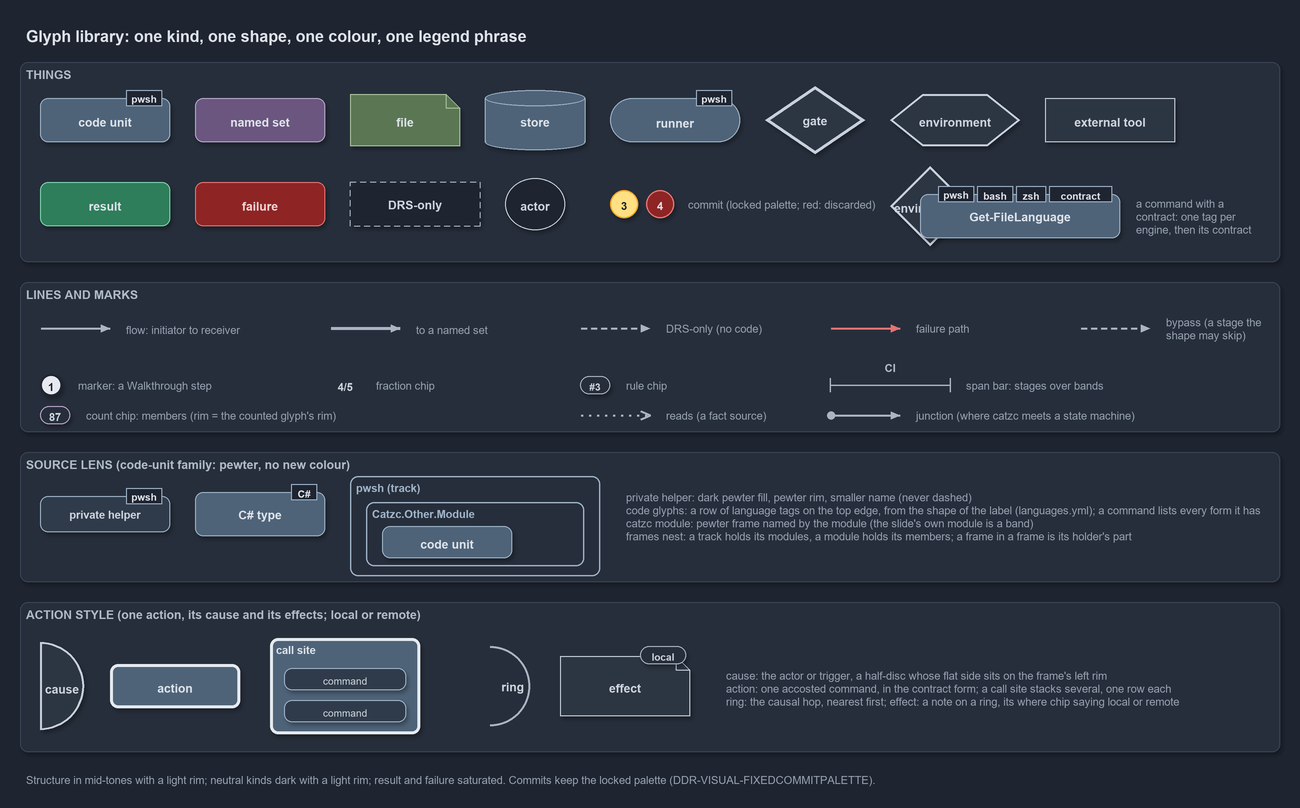
This is docs/explanation/.assets/glyphs.drawio.png from casperease/catzc, a draw.io export, as it was before one commit. Source tidied: cells renumbered, new cells last; positions are measured from the earlier drawing's top-left corner, leaving out a move shared by most shapes.
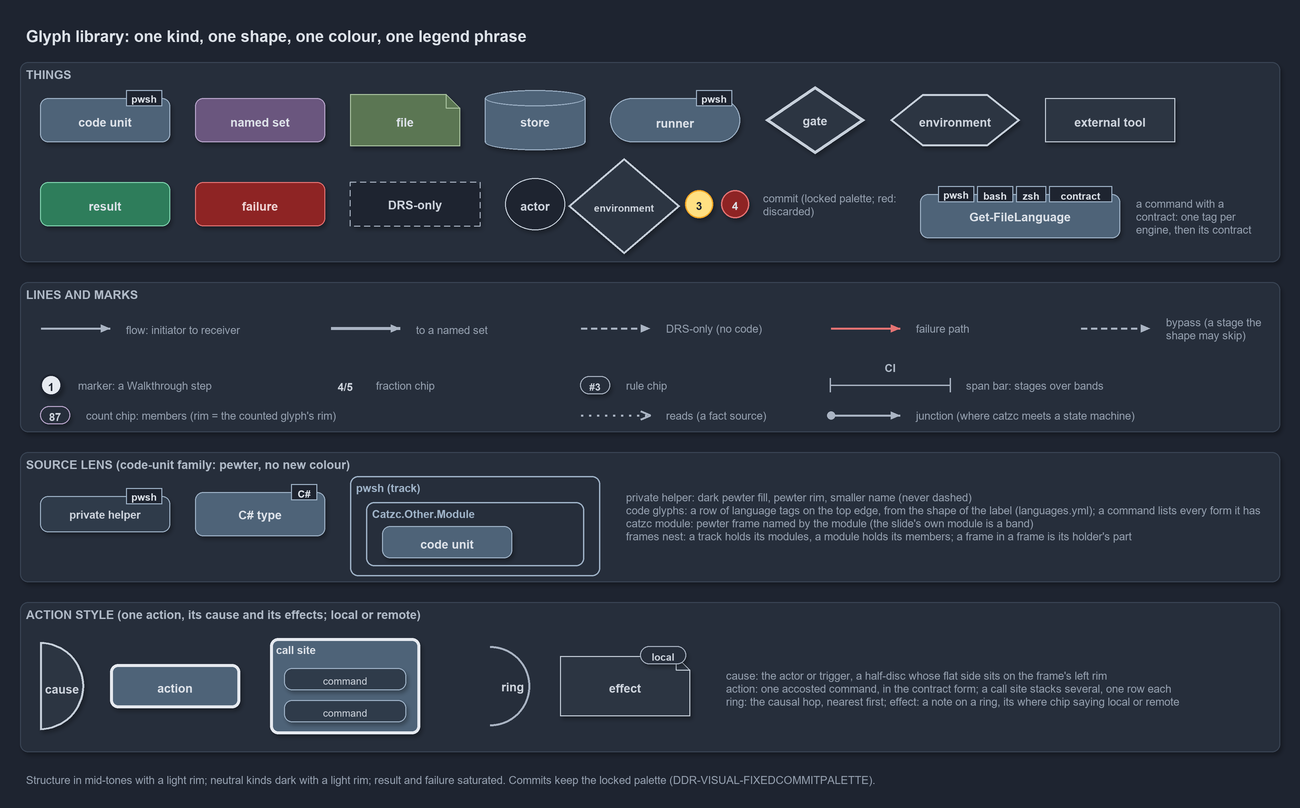
Above is the later version.

What changed in the source:
```diff
@@ -29,8 +29,8 @@
     <mxCell id="10" value="&lt;b&gt;environment&lt;/b&gt;" style="shape=hexagon;perimeter=hexagonPerimeter2;whiteSpace=wrap;html=1;fillColor=#2C3542;strokeColor=#C7D0DB;strokeWidth=2;fontColor=#CDD3DC;fontSize=12;" parent="1" vertex="1">
       <mxGeometry x="870" y="74" width="130" height="52" as="geometry" />
     </mxCell>
-    <mxCell id="11" value="&lt;b&gt;environment&lt;/b&gt;" style="rhombus;perimeter=rhombusPerimeter;whiteSpace=wrap;html=1;fillColor=#2C3542;strokeColor=#C7D0DB;strokeWidth=2;fontColor=#CDD3DC;fontSize=12;" parent="1" vertex="1">
-      <mxGeometry x="870" y="146" width="80" height="80" as="geometry" />
+    <mxCell id="11" value="&lt;b&gt;environment&lt;/b&gt;" style="rhombus;perimeter=rhombusPerimeter;whiteSpace=wrap;html=1;fillColor=#2C3542;strokeColor=#C7D0DB;strokeWidth=2;fontColor=#CDD3DC;fontSize=10;spacing=0;spacingLeft=0;spacingRight=0;" parent="1" vertex="1">
+      <mxGeometry x="548" y="138" width="112" height="96" as="geometry" />
     </mxCell>
     <mxCell id="12" value="&lt;b&gt;external tool&lt;/b&gt;" style="rounded=0;whiteSpace=wrap;html=1;fillColor=#2C3542;strokeColor=#C7D0DB;fontColor=#CDD3DC;fontSize=12;" parent="1" vertex="1">
       <mxGeometry x="1025" y="78" width="130" height="44" as="geometry" />
@@ -48,10 +48,10 @@
       <mxGeometry x="485" y="158" width="60" height="52" as="geometry" />
     </mxCell>
     <mxCell id="17" value="3" style="ellipse;html=1;fillColor=#FFE082;strokeColor=#F9A825;strokeWidth=1.5;fontStyle=1;fontSize=11;fontColor=#1E2430;" parent="1" vertex="1">
-      <mxGeometry x="590" y="170" width="28" height="28" as="geometry" />
+      <mxGeometry x="665" y="170" width="28" height="28" as="geometry" />
     </mxCell>
     <mxCell id="18" value="4" style="ellipse;html=1;fillColor=#8E2424;strokeColor=#E57373;strokeWidth=1.5;fontStyle=1;fontSize=11;fontColor=#DDE2E9;" parent="1" vertex="1">
-      <mxGeometry x="626" y="170" width="28" height="28" as="geometry" />
+      <mxGeometry x="701" y="170" width="28" height="28" as="geometry" />
     </mxCell>
     <mxCell id="19" value="&lt;b&gt;Get-FileLanguage&lt;/b&gt;" style="rounded=1;whiteSpace=wrap;html=1;arcSize=20;fillColor=#4E6378;strokeColor=#9FB3C8;fontColor=#DDE2E9;fontSize=12;" parent="1" vertex="1">
       <mxGeometry x="900" y="174" width="200" height="44" as="geometry" />
@@ -59,8 +59,8 @@
     <mxCell id="20" value="a command with a contract: one tag per engine, then its contract" style="text;html=1;whiteSpace=wrap;align=left;verticalAlign=middle;fontSize=11;fontColor=#949FAE;" parent="1" vertex="1">
       <mxGeometry x="1110" y="174" width="130" height="44" as="geometry" />
     </mxCell>
-    <mxCell id="21" value="commit (locked palette; red: discarded)" style="text;html=1;align=left;verticalAlign=middle;fontSize=11;fontColor=#949FAE;" parent="1" vertex="1">
-      <mxGeometry x="662" y="174" width="240" height="20" as="geometry" />
+    <mxCell id="21" value="commit (locked palette; red: discarded)" style="text;html=1;whiteSpace=wrap;align=left;verticalAlign=middle;fontSize=11;fontColor=#949FAE;" parent="1" vertex="1">
+      <mxGeometry x="737" y="166" width="153" height="36" as="geometry" />
     </mxCell>
     <mxCell id="22" value="LINES AND MARKS" style="rounded=1;html=1;arcSize=3;fillColor=#262E3B;strokeColor=#3A4555;verticalAlign=top;align=left;spacingLeft=8;fontStyle=1;fontSize=12;fontColor=#B0BAC7;" parent="1" vertex="1">
       <mxGeometry y="262" width="1260" height="150" as="geometry" />
```
